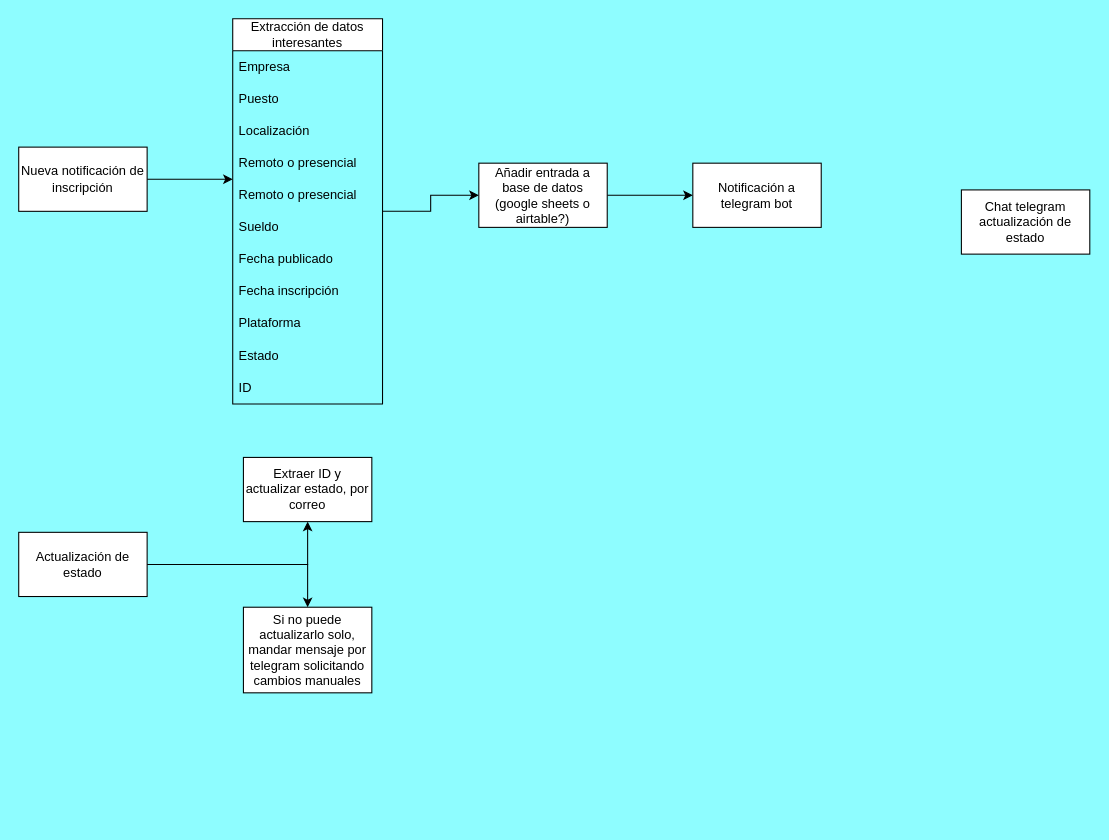
Above: N8N.drawio in javiocu/Google-IT (draw.io), before the change. Source tidied: cells renumbered, new cells numbered last; positions are measured from the earlier drawing's top-left corner, leaving out a move shared by most shapes. Both pictures are drawn from the tidied source at 107%, with x=0, y=0 at pixel (18, 18).
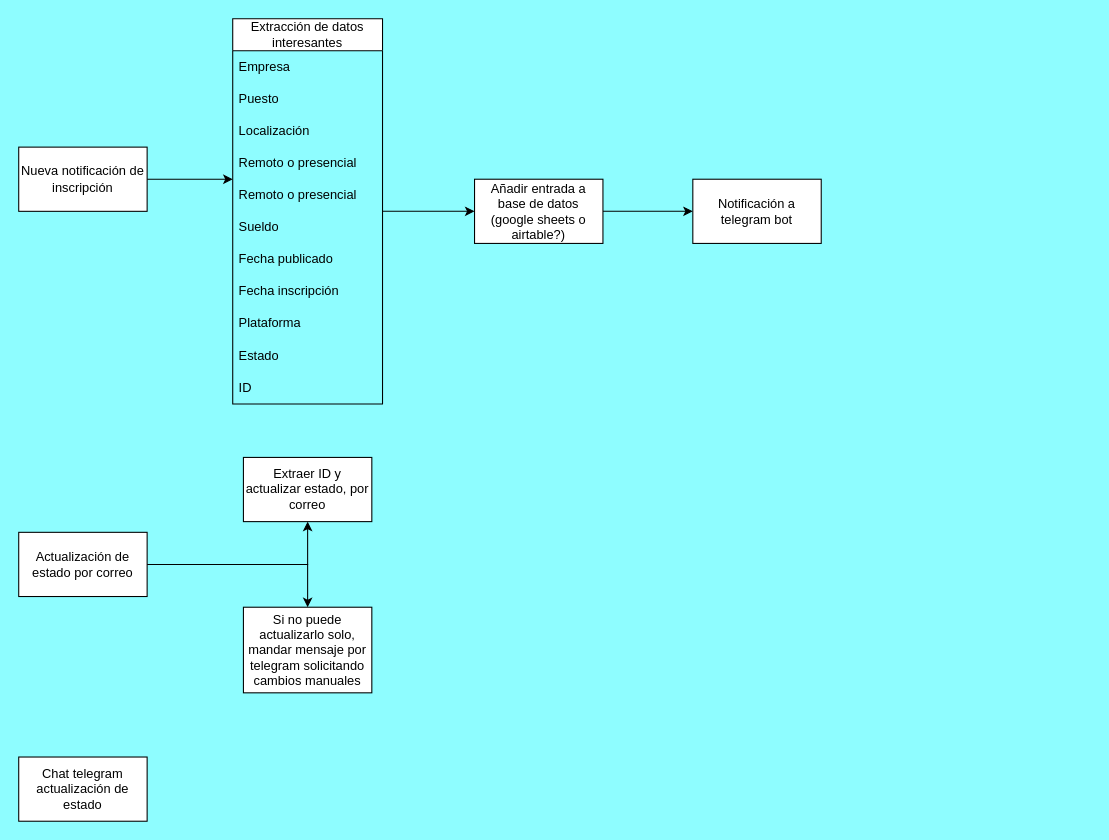
The same page after the edit.

What changed in the source:
```diff
@@
     <mxCell id="18" value="Añadir entrada a base de datos (google sheets o airtable?)" style="whiteSpace=wrap;html=1;fontStyle=0;startSize=30;horizontal=1;" parent="1" vertex="1">
-      <mxGeometry x="430" y="135" width="120" height="60" as="geometry" />
+      <mxGeometry x="426" y="150" width="120" height="60" as="geometry" />
     </mxCell>
     <mxCell id="19" value="Notificación a telegram bot" style="whiteSpace=wrap;html=1;fontStyle=0;startSize=30;horizontal=1;" parent="1" vertex="1">
-      <mxGeometry x="630" y="135" width="120" height="60" as="geometry" />
+      <mxGeometry x="630" y="150" width="120" height="60" as="geometry" />
     </mxCell>
     <mxCell id="20" value="Chat telegram actualización de estado" style="rounded=0;whiteSpace=wrap;html=1;" parent="1" vertex="1">
-      <mxGeometry x="881" y="160" width="120" height="60" as="geometry" />
+      <mxGeometry y="690" width="120" height="60" as="geometry" />
     </mxCell>
@@
-    <mxCell id="23" value="Actualización de estado" style="rounded=0;whiteSpace=wrap;html=1;" parent="1" vertex="1">
+    <mxCell id="23" value="Actualización de estado por correo" style="rounded=0;whiteSpace=wrap;html=1;" parent="1" vertex="1">
       <mxGeometry y="480" width="120" height="60" as="geometry" />
     </mxCell>
```
